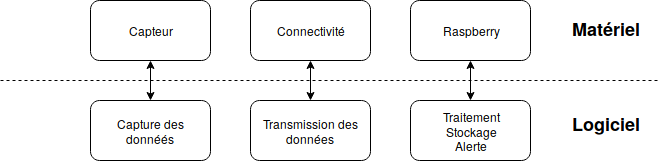
Earlier version of the draw.io export thesis/chapiter-1/img-Chapiter-3/architecturedetaillee.png (gabrieleldose27/CATT). Source tidied: cells renumbered, new cells last; positions are measured from the earlier drawing's top-left corner, leaving out a move shared by most shapes.
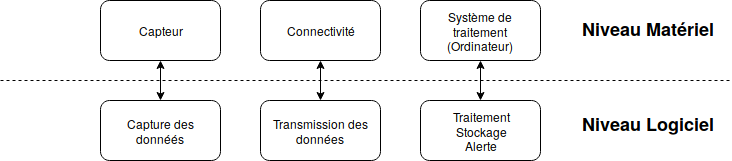
After the commit.

What changed in the source:
```diff
@@ -14,7 +14,7 @@
     <mxCell id="5" style="edgeStyle=orthogonalEdgeStyle;rounded=0;jettySize=auto;html=1;startArrow=classic;startFill=1;" parent="1" edge="1" source="6" target="11">
       <mxGeometry relative="1" as="geometry" />
     </mxCell>
-    <mxCell id="6" value="Raspberry" style="rounded=1;whiteSpace=wrap;html=1;" parent="1" vertex="1">
+    <mxCell id="6" value="Système de traitement (Ordinateur)" style="rounded=1;whiteSpace=wrap;html=1;" parent="1" vertex="1">
       <mxGeometry x="410" width="120" height="60" as="geometry" />
     </mxCell>
     <mxCell id="7" style="edgeStyle=orthogonalEdgeStyle;rounded=0;orthogonalLoop=1;jettySize=auto;html=1;exitX=0.5;exitY=1;exitDx=0;exitDy=0;" parent="1" edge="1" source="6" target="6">
@@ -32,16 +32,16 @@
     <mxCell id="11" value="&lt;div&gt;Traitement&lt;/div&gt;&lt;div&gt;Stockage&lt;/div&gt;&lt;div&gt;Alerte&lt;br&gt;&lt;/div&gt;" style="rounded=1;whiteSpace=wrap;html=1;" parent="1" vertex="1">
       <mxGeometry x="410" y="100" width="120" height="60" as="geometry" />
     </mxCell>
-    <mxCell id="12" value="&lt;div style=&quot;font-size: 18px&quot;&gt;&lt;b&gt;Matériel&lt;/b&gt;&lt;/div&gt;&lt;div&gt;&lt;br&gt;&lt;/div&gt;" style="text;html=1;align=left;verticalAlign=top;spacingTop=-4;" parent="1" vertex="1">
-      <mxGeometry x="570" y="15" width="80" height="30" as="geometry" />
+    <mxCell id="12" value="&lt;div style=&quot;font-size: 18px&quot;&gt;&lt;b&gt;Niveau Matériel&lt;/b&gt;&lt;/div&gt;&lt;div&gt;&lt;br&gt;&lt;/div&gt;" style="text;html=1;align=left;verticalAlign=top;spacingTop=-4;" parent="1" vertex="1">
+      <mxGeometry x="570" y="15" width="150" height="30" as="geometry" />
     </mxCell>
-    <mxCell id="13" value="&lt;b&gt;&lt;font style=&quot;font-size: 18px&quot;&gt;Logiciel&lt;/font&gt;&lt;/b&gt;" style="text;html=1;align=left;verticalAlign=top;spacingTop=-4;" parent="1" vertex="1">
-      <mxGeometry x="570" y="110" width="80" height="20" as="geometry" />
+    <mxCell id="13" value="&lt;b&gt;&lt;font style=&quot;font-size: 18px&quot;&gt;Niveau Logiciel&lt;/font&gt;&lt;/b&gt;" style="text;html=1;align=left;verticalAlign=top;spacingTop=-4;" parent="1" vertex="1">
+      <mxGeometry x="570" y="110" width="150" height="20" as="geometry" />
     </mxCell>
     <mxCell id="14" style="endArrow=none;dashed=1;html=1;" parent="1" edge="1">
       <mxGeometry relative="1" as="geometry">
-        <mxPoint y="80" as="sourcePoint" />
-        <mxPoint x="660" y="80" as="targetPoint" />
+        <mxPoint x="-10" y="80" as="sourcePoint" />
+        <mxPoint x="720" y="80" as="targetPoint" />
       </mxGeometry>
     </mxCell>
   </root>
```
